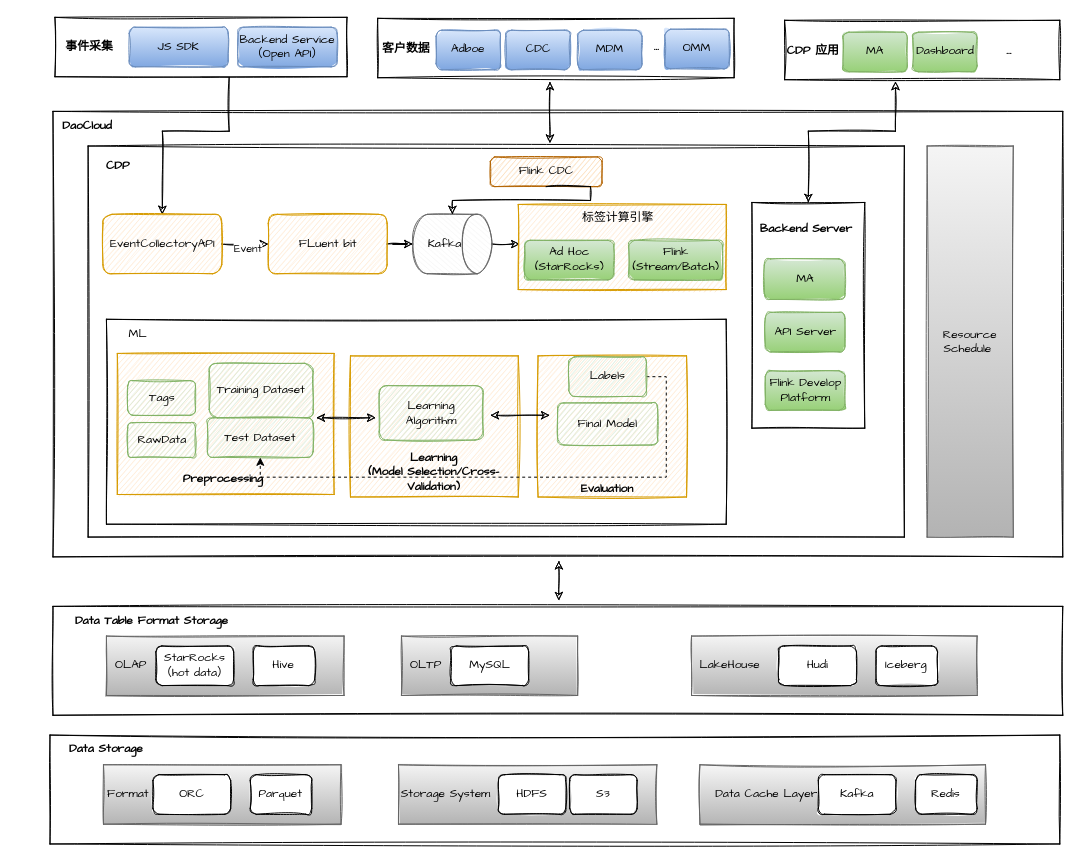
This is techlab/cdp.drawio from qiufang1314/drawio, a draw.io file, before an edit. Source tidied: cells renumbered, new cells numbered last; positions are measured from the earlier drawing's top-left corner, leaving out a move shared by most shapes. Both pictures are drawn from the tidied source at 99%, with x=0, y=0 at pixel (17, 17).
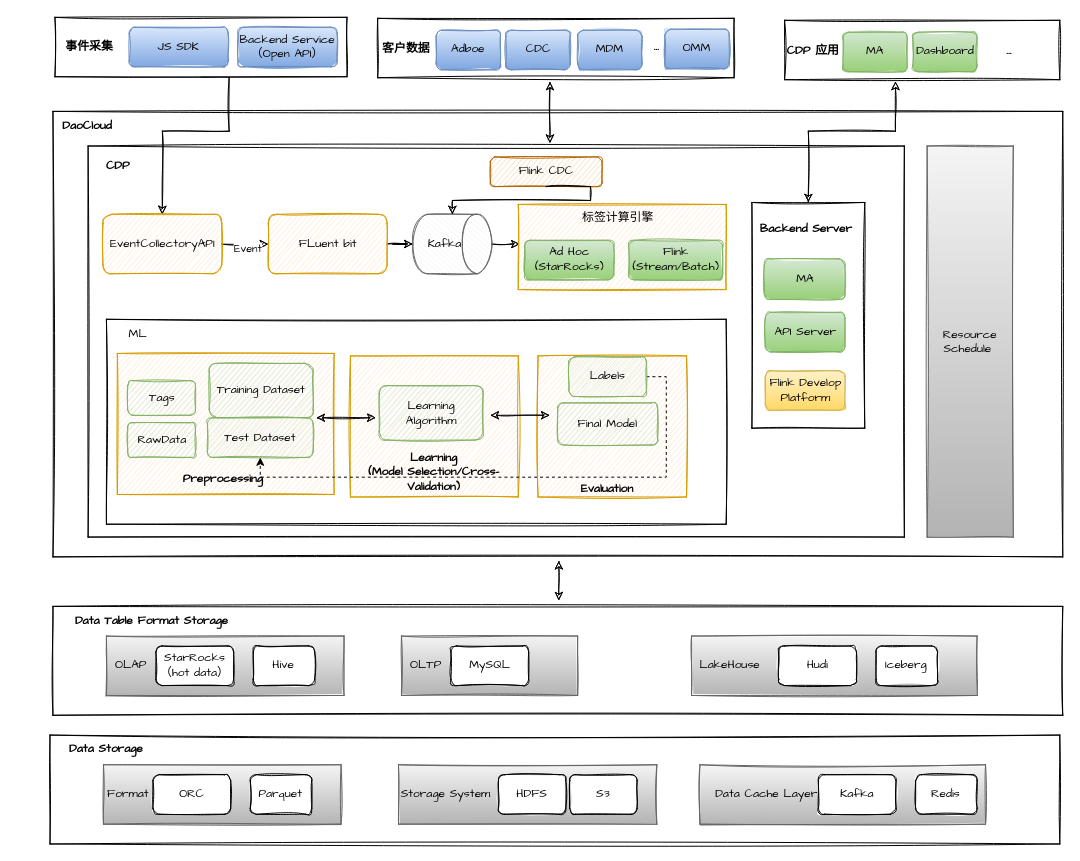
Above is the later version.

Change to the diagram source:
```diff
@@
-    <mxCell id="65" value="Flink Develop&lt;br&gt;Platform" style="rounded=1;whiteSpace=wrap;html=1;sketch=1;fontFamily=Comic Sans MS;fillColor=#d5e8d4;strokeColor=#82b366;gradientColor=#97d077;" parent="1" vertex="1">
+    <mxCell id="65" value="Flink Develop&lt;br&gt;Platform" style="rounded=1;whiteSpace=wrap;html=1;sketch=1;fontFamily=Comic Sans MS;fillColor=#fff2cc;strokeColor=#d6b656;gradientColor=#ffd966;" parent="1" vertex="1">
       <mxGeometry x="755.5" y="357" width="80.5" height="40" as="geometry" />
     </mxCell>
```
